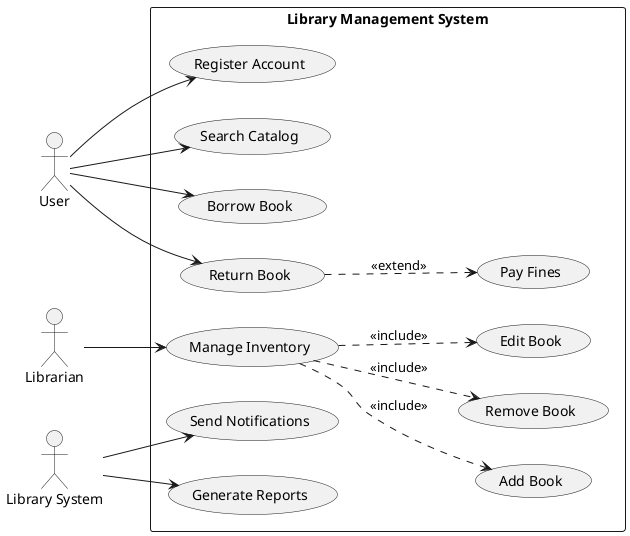
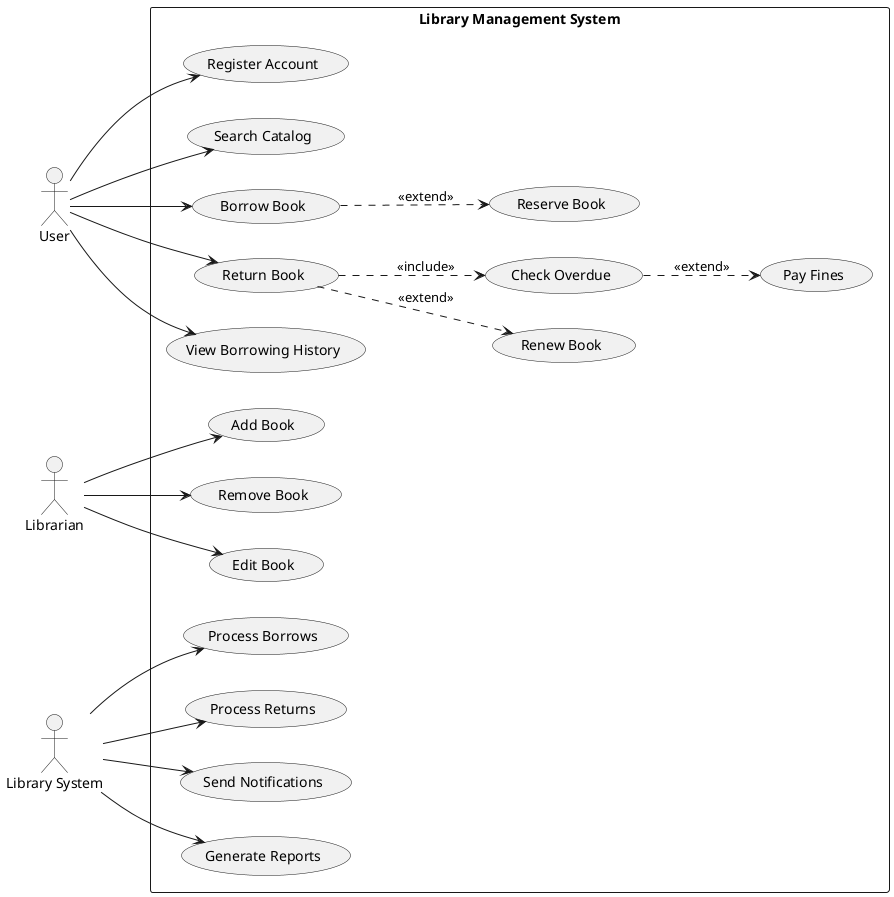
- @startuml LibraryManagementSystem
+ @startuml useCaseDiagram
left to right direction

actor "User" as U
actor "Librarian" as L
actor "Library System" as S

rectangle "Library Management System" {
  ' User Use Cases
  usecase "Register Account" as UC_Reg
  usecase "Search Catalog" as UC_Search
  usecase "Borrow Book" as UC_Borrow
  usecase "Return Book" as UC_Return
+   usecase "Reserve Book" as UC_Reserve
+   usecase "Renew Book" as UC_Renew
+   usecase "View Borrowing History" as UC_History
+   usecase "Check Overdue" as UC_Overdue
  usecase "Pay Fines" as UC_Pay

  ' Librarian Use Cases
-   usecase "Manage Inventory" as UC_Inv
  usecase "Add Book" as UC_Add
  usecase "Remove Book" as UC_Rem
  usecase "Edit Book" as UC_Edit

  ' System Use Cases
+   usecase "Process Borrows" as UC_ProcessBorrow
+   usecase "Process Returns" as UC_ProcessReturn
  usecase "Send Notifications" as UC_Notify
  usecase "Generate Reports" as UC_Report
}

' User interactions
U --> UC_Reg
U --> UC_Search
U --> UC_Borrow
U --> UC_Return
+ U --> UC_History

' Librarian interactions
- L --> UC_Inv
- UC_Inv ..> UC_Add : <<include>>
- UC_Inv ..> UC_Rem : <<include>>
- UC_Inv ..> UC_Edit : <<include>>
+ L --> UC_Add
+ L --> UC_Rem
+ L --> UC_Edit
+ 

' System interactions
+ S --> UC_ProcessBorrow
+ S --> UC_ProcessReturn
S --> UC_Notify
S --> UC_Report

' Relationships
- UC_Return ..> UC_Pay : <<extend>>
+ UC_Return ..> UC_Overdue : <<include>>
+ UC_Overdue ..> UC_Pay : <<extend>>
+ 
+ UC_Borrow ..> UC_Reserve : <<extend>>
+ UC_Return ..> UC_Renew : <<extend>>
@enduml